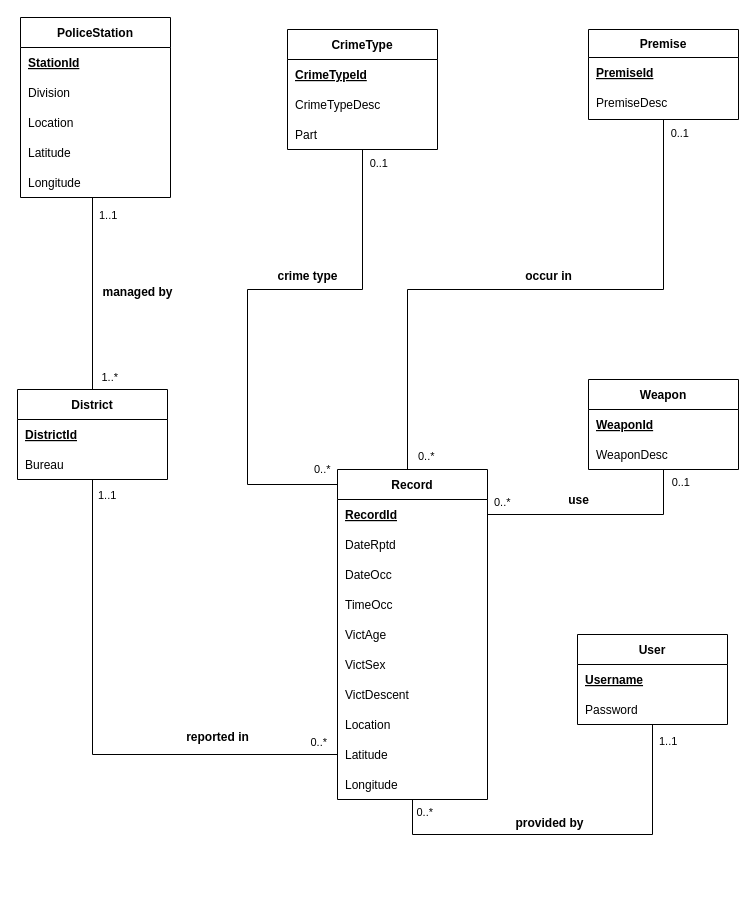
cs411-alawini/Los-Angeles-Crime-Data-Analysis keeps this draw.io diagram as doc/Database Design/UML Diagram.drawio. Above is the earlier version. Source tidied: cells renumbered, new cells numbered last; positions are measured from the earlier drawing's top-left corner, leaving out a move shared by most shapes. Both pictures are drawn from the tidied source at 100%, with x=0, y=0 at pixel (17, 17).
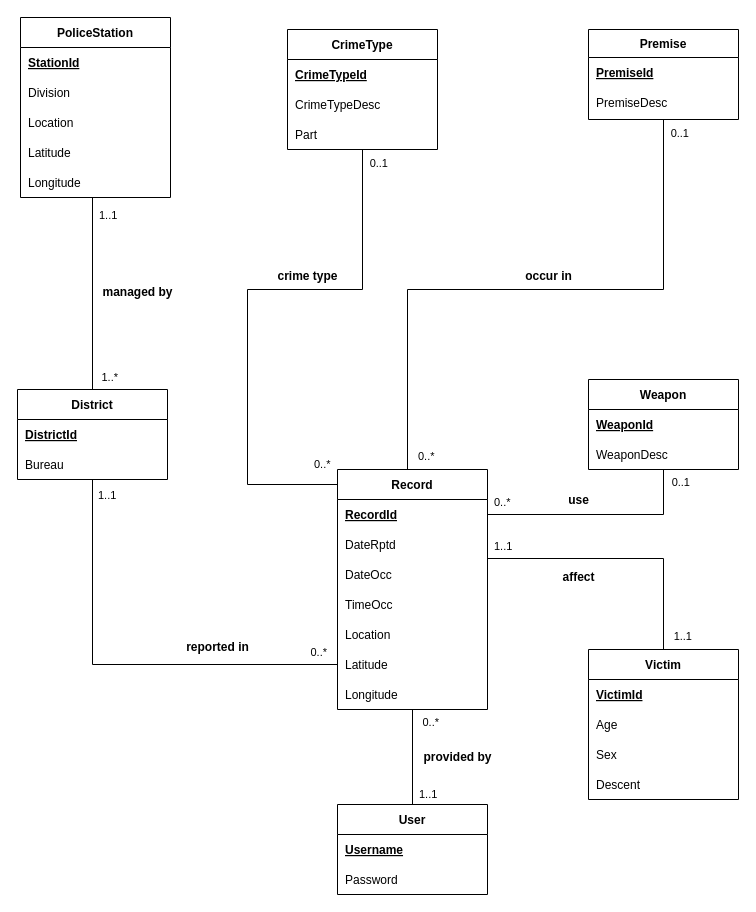
The same page after the edit.

Commit message (it also covers changes not shown here):
update UML and document

The change refers to these unchanged cells:
```xml
<mxCell id="5" style="shape=tableRow;horizontal=0;startSize=0;swimlaneHead=0;swimlaneBody=0;fillColor=none;points=[[0,0.5],[1,0.5]];portConstraint=eastwest;top=0;left=0;right=0;bottom=0;" parent="2" vertex="1">
  <mxGeometry y="60" width="150" height="30" as="geometry" />
</mxCell>
<mxCell id="45" style="shape=tableRow;horizontal=0;startSize=0;swimlaneHead=0;swimlaneBody=0;fillColor=none;points=[[0,0.5],[1,0.5]];portConstraint=eastwest;top=0;left=0;right=0;bottom=0;" parent="40" vertex="1">
  <mxGeometry y="90" width="150" height="30" as="geometry" />
</mxCell>
```

Diff of the diagram source:
```diff
@@
     <mxCell id="2" value="User" style="shape=table;startSize=30;childLayout=tableLayout;rowLines=0;fontStyle=1;align=center;" parent="1" vertex="1">
-      <mxGeometry x="560" y="617" width="150" height="90" as="geometry" />
+      <mxGeometry x="320" y="787" width="150" height="90" as="geometry" />
     </mxCell>
@@
     <mxCell id="40" value="Record" style="shape=table;startSize=30;childLayout=tableLayout;rowLines=0;fontStyle=1;align=center;" parent="1" vertex="1">
-      <mxGeometry x="320" y="452" width="150" height="330" as="geometry" />
+      <mxGeometry x="320" y="452" width="150" height="240" as="geometry" />
     </mxCell>
@@
-    <mxCell id="49" style="shape=tableRow;horizontal=0;startSize=0;swimlaneHead=0;swimlaneBody=0;fillColor=none;top=0;left=0;right=0;bottom=0;" parent="40" vertex="1">
-      <mxGeometry y="150" width="150" height="30" as="geometry" />
-    </mxCell>
-    <mxCell id="50" value="VictAge" style="shape=partialRectangle;fillColor=none;top=0;left=0;bottom=0;right=0;align=left;spacingLeft=6;overflow=hidden;" parent="49" vertex="1">
-      <mxGeometry width="150" height="30" as="geometry" />
-    </mxCell>
-    <mxCell id="51" style="shape=tableRow;horizontal=0;startSize=0;swimlaneHead=0;swimlaneBody=0;fillColor=none;top=0;left=0;right=0;bottom=0;" parent="40" vertex="1">
-      <mxGeometry y="180" width="150" height="30" as="geometry" />
-    </mxCell>
-    <mxCell id="52" value="VictSex" style="shape=partialRectangle;fillColor=none;top=0;left=0;bottom=0;right=0;align=left;spacingLeft=6;overflow=hidden;" parent="51" vertex="1">
-      <mxGeometry width="150" height="30" as="geometry" />
-    </mxCell>
-    <mxCell id="53" style="shape=tableRow;horizontal=0;startSize=0;swimlaneHead=0;swimlaneBody=0;fillColor=none;top=0;left=0;right=0;bottom=0;" parent="40" vertex="1">
-      <mxGeometry y="210" width="150" height="30" as="geometry" />
-    </mxCell>
-    <mxCell id="54" value="VictDescent" style="shape=partialRectangle;fillColor=none;top=0;left=0;bottom=0;right=0;align=left;spacingLeft=6;overflow=hidden;" parent="53" vertex="1">
-      <mxGeometry width="150" height="30" as="geometry" />
-    </mxCell>
     <mxCell id="55" style="shape=tableRow;horizontal=0;startSize=0;swimlaneHead=0;swimlaneBody=0;fillColor=none;top=0;left=0;right=0;bottom=0;" parent="40" vertex="1">
-      <mxGeometry y="240" width="150" height="30" as="geometry" />
+      <mxGeometry y="150" width="150" height="30" as="geometry" />
     </mxCell>
@@
     <mxCell id="57" style="shape=tableRow;horizontal=0;startSize=0;swimlaneHead=0;swimlaneBody=0;fillColor=none;points=[[0,0.5],[1,0.5]];portConstraint=eastwest;top=0;left=0;right=0;bottom=0;" parent="40" vertex="1">
-      <mxGeometry y="270" width="150" height="30" as="geometry" />
+      <mxGeometry y="180" width="150" height="30" as="geometry" />
     </mxCell>
@@
     <mxCell id="59" style="shape=tableRow;horizontal=0;startSize=0;swimlaneHead=0;swimlaneBody=0;fillColor=none;points=[[0,0.5],[1,0.5]];portConstraint=eastwest;top=0;left=0;right=0;bottom=0;" parent="40" vertex="1">
-      <mxGeometry y="300" width="150" height="30" as="geometry" />
+      <mxGeometry y="210" width="150" height="30" as="geometry" />
     </mxCell>
@@
     <mxCell id="68" value="reported in" style="text;align=center;fontStyle=1;verticalAlign=middle;spacingLeft=3;spacingRight=3;strokeColor=none;html=1;" parent="1" vertex="1">
-      <mxGeometry x="160" y="707" width="80" height="26" as="geometry" />
+      <mxGeometry x="160" y="617" width="80" height="26" as="geometry" />
     </mxCell>
-    <mxCell id="69" style="endArrow=none;html=1;edgeStyle=orthogonalEdgeStyle;rounded=0;entryX=0.5;entryY=1;entryDx=0;entryDy=0;entryPerimeter=0;exitX=0.5;exitY=1;exitDx=0;exitDy=0;exitPerimeter=0;" parent="1" edge="1" source="5" target="59">
-      <mxGeometry relative="1" as="geometry">
-        <Array as="points">
-          <mxPoint x="635" y="817" />
-          <mxPoint x="395" y="817" />
-        </Array>
-      </mxGeometry>
+    <mxCell id="69" style="endArrow=none;html=1;edgeStyle=orthogonalEdgeStyle;rounded=0;entryX=0.5;entryY=1;entryDx=0;entryDy=0;entryPerimeter=0;exitX=0.5;exitY=0;exitDx=0;exitDy=0;" parent="1" edge="1" source="2" target="59">
+      <mxGeometry relative="1" as="geometry" />
     </mxCell>
     <mxCell id="70" value="1..1" style="edgeLabel;html=1;align=left;verticalAlign=bottom;" parent="69" vertex="1">
       <mxGeometry x="-1" relative="1" as="geometry">
-        <mxPoint x="5" y="25" as="offset" />
+        <mxPoint x="5" y="-2" as="offset" />
       </mxGeometry>
     </mxCell>
     <mxCell id="71" value="0..*" style="edgeLabel;html=1;align=right;verticalAlign=bottom;" parent="69" vertex="1">
       <mxGeometry x="1" relative="1" as="geometry">
-        <mxPoint x="21" y="21" as="offset" />
+        <mxPoint x="27" y="21" as="offset" />
       </mxGeometry>
     </mxCell>
     <mxCell id="72" value="provided by" style="text;align=center;fontStyle=1;verticalAlign=middle;spacingLeft=3;spacingRight=3;strokeColor=none;html=1;" parent="1" vertex="1">
-      <mxGeometry x="492" y="793" width="80" height="26" as="geometry" />
+      <mxGeometry x="400" y="727" width="80" height="26" as="geometry" />
     </mxCell>
@@
+    <mxCell id="85" value="Victim" style="shape=table;startSize=30;childLayout=tableLayout;rowLines=0;fontStyle=1;align=center;" parent="1" vertex="1">
+      <mxGeometry x="571" y="632" width="150" height="150" as="geometry" />
+    </mxCell>
+    <mxCell id="86" style="shape=tableRow;horizontal=0;startSize=0;swimlaneHead=0;swimlaneBody=0;fillColor=none;top=0;left=0;right=0;bottom=0;" parent="85" vertex="1">
+      <mxGeometry y="30" width="150" height="30" as="geometry" />
+    </mxCell>
+    <mxCell id="87" value="VictimId" style="shape=partialRectangle;fillColor=none;top=0;left=0;bottom=0;right=0;align=left;spacingLeft=6;overflow=hidden;fontStyle=5;" parent="86" vertex="1">
+      <mxGeometry width="150" height="30" as="geometry" />
+    </mxCell>
+    <mxCell id="88" style="shape=tableRow;horizontal=0;startSize=0;swimlaneHead=0;swimlaneBody=0;fillColor=none;top=0;left=0;right=0;bottom=0;" parent="85" vertex="1">
+      <mxGeometry y="60" width="150" height="30" as="geometry" />
+    </mxCell>
+    <mxCell id="89" value="Age" style="shape=partialRectangle;fillColor=none;top=0;left=0;bottom=0;right=0;align=left;spacingLeft=6;overflow=hidden;" parent="88" vertex="1">
+      <mxGeometry width="150" height="30" as="geometry" />
+    </mxCell>
+    <mxCell id="90" style="shape=tableRow;horizontal=0;startSize=0;swimlaneHead=0;swimlaneBody=0;fillColor=none;top=0;left=0;right=0;bottom=0;" parent="85" vertex="1">
+      <mxGeometry y="90" width="150" height="30" as="geometry" />
+    </mxCell>
+    <mxCell id="91" value="Sex" style="shape=partialRectangle;fillColor=none;top=0;left=0;bottom=0;right=0;align=left;spacingLeft=6;overflow=hidden;" parent="90" vertex="1">
+      <mxGeometry width="150" height="30" as="geometry" />
+    </mxCell>
+    <mxCell id="92" style="shape=tableRow;horizontal=0;startSize=0;swimlaneHead=0;swimlaneBody=0;fillColor=none;top=0;left=0;right=0;bottom=0;" parent="85" vertex="1">
+      <mxGeometry y="120" width="150" height="30" as="geometry" />
+    </mxCell>
+    <mxCell id="93" value="Descent" style="shape=partialRectangle;fillColor=none;top=0;left=0;bottom=0;right=0;align=left;spacingLeft=6;overflow=hidden;" parent="92" vertex="1">
+      <mxGeometry width="150" height="30" as="geometry" />
+    </mxCell>
+    <mxCell id="94" style="endArrow=none;html=1;edgeStyle=orthogonalEdgeStyle;rounded=0;exitX=1;exitY=0.5;exitDx=0;exitDy=0;entryX=0.5;entryY=0;entryDx=0;entryDy=0;" parent="1" edge="1" source="45" target="85">
+      <mxGeometry relative="1" as="geometry">
+        <Array as="points">
+          <mxPoint x="470" y="541" />
+          <mxPoint x="646" y="541" />
+        </Array>
+      </mxGeometry>
+    </mxCell>
+    <mxCell id="95" value="1..1" style="edgeLabel;html=1;align=left;verticalAlign=bottom;" parent="94" vertex="1">
+      <mxGeometry x="-1" relative="1" as="geometry">
+        <mxPoint x="5" y="-20" as="offset" />
+      </mxGeometry>
+    </mxCell>
+    <mxCell id="96" value="1..1" style="edgeLabel;html=1;align=right;verticalAlign=bottom;" parent="94" vertex="1">
+      <mxGeometry x="1" relative="1" as="geometry">
+        <mxPoint x="29" y="-5" as="offset" />
+      </mxGeometry>
+    </mxCell>
+    <mxCell id="97" value="affect" style="text;align=center;fontStyle=1;verticalAlign=middle;spacingLeft=3;spacingRight=3;strokeColor=none;html=1;" parent="1" vertex="1">
+      <mxGeometry x="521" y="547" width="80" height="26" as="geometry" />
+    </mxCell>
```
